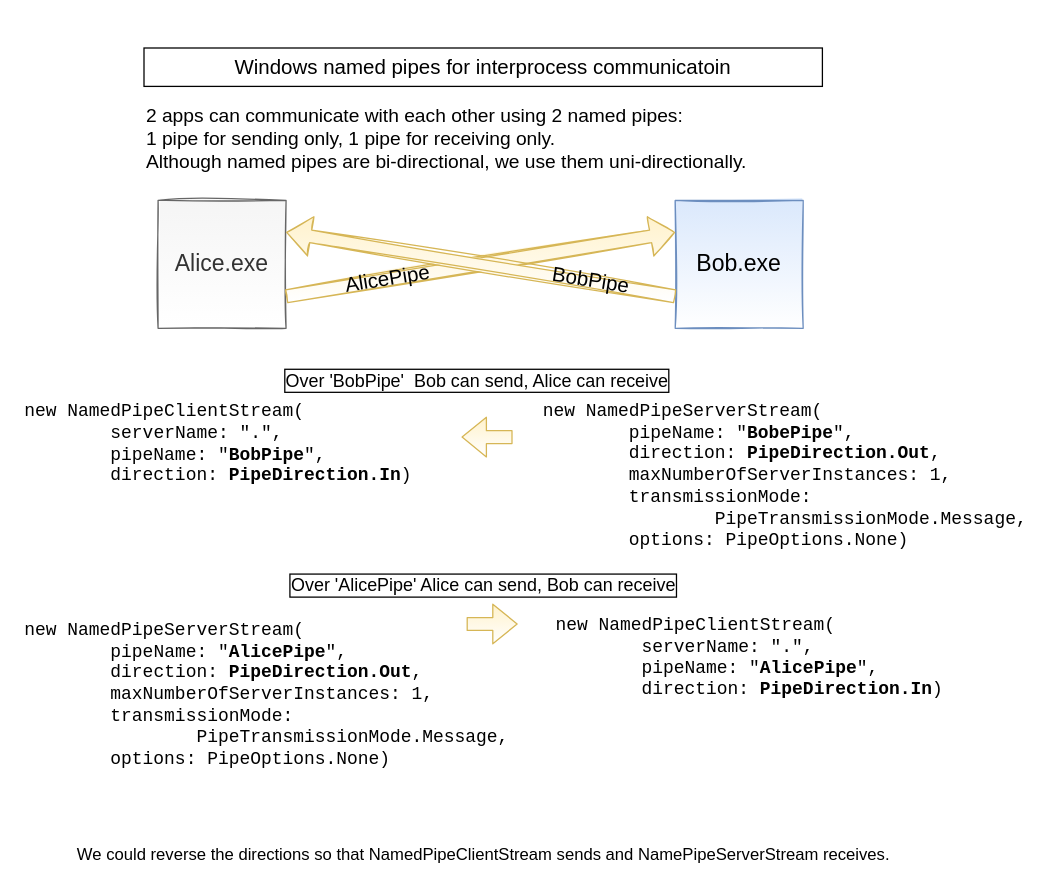
Above: docs/NamedPipes.drawio in nklkli/NamedPipes (draw.io), before the change. Source tidied: cells renumbered, new cells numbered last; positions are measured from the earlier drawing's top-left corner, leaving out a move shared by most shapes. Both pictures are drawn from the tidied source at 128%, with x=0, y=0 at pixel (22, 47).
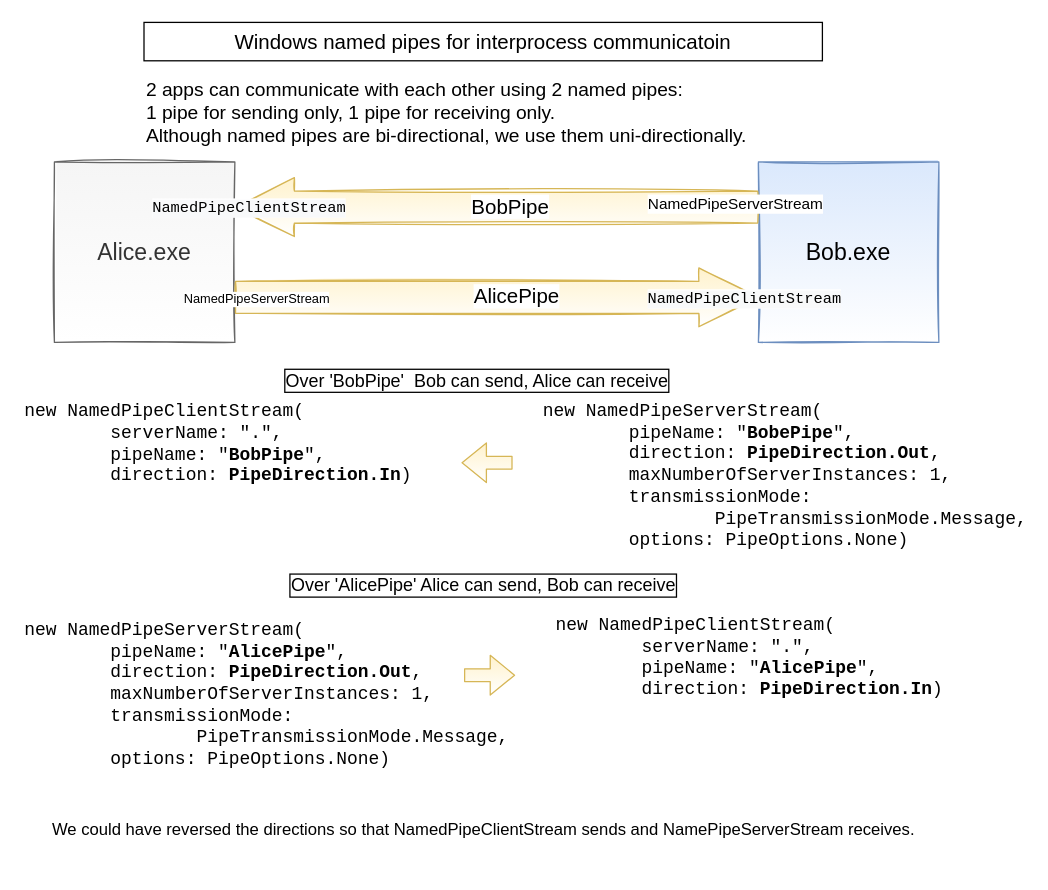
The same page after the edit.

Commit message (it also covers changes not shown here):
Diagram improved

The edit, as a diff of the source:
```diff
@@
     <mxCell id="2" value="Alice.exe" style="whiteSpace=wrap;html=1;fillColor=#f5f5f5;fontColor=#333333;strokeColor=#666666;gradientColor=#ffffff;fontSize=18;sketch=1;" parent="1" vertex="1">
-      <mxGeometry x="106" y="119" width="100" height="100" as="geometry" />
+      <mxGeometry x="25" y="89" width="141" height="141" as="geometry" />
     </mxCell>
     <mxCell id="3" value="Bob.exe" style="whiteSpace=wrap;html=1;fillColor=#dae8fc;strokeColor=#6c8ebf;gradientColor=#ffffff;shadow=0;fontSize=18;glass=0;rounded=0;sketch=1;" parent="1" vertex="1">
-      <mxGeometry x="510" y="119" width="100" height="100" as="geometry" />
+      <mxGeometry x="575" y="89" width="141" height="141" as="geometry" />
     </mxCell>
-    <mxCell id="4" style="shape=flexArrow;endArrow=classic;html=1;rounded=1;strokeColor=#d6b656;shadow=0;fillColor=#fff2cc;gradientColor=#ffffff;entryX=0;entryY=0.25;entryDx=0;entryDy=0;exitX=1;exitY=0.75;exitDx=0;exitDy=0;sketch=1;" parent="1" edge="1" source="2" target="3">
+    <mxCell id="4" style="shape=flexArrow;endArrow=classic;html=1;rounded=1;strokeColor=#d6b656;shadow=0;fillColor=#fff2cc;gradientColor=#ffffff;exitX=1;exitY=0.75;exitDx=0;exitDy=0;sketch=1;entryX=0;entryY=0.75;entryDx=0;entryDy=0;width=25;startSize=6;endSize=15;" parent="1" edge="1" source="2" target="3">
       <mxGeometry relative="1" as="geometry" />
     </mxCell>
-    <mxCell id="5" value="AlicePipe" style="edgeLabel;html=1;align=center;verticalAlign=middle;fontSize=16;rotation=351;labelBackgroundColor=none;" parent="4" vertex="1">
+    <mxCell id="5" value="AlicePipe" style="edgeLabel;html=1;align=center;verticalAlign=middle;fontSize=16;rotation=0;labelBackgroundColor=default;labelBorderColor=none;" parent="4" vertex="1">
       <mxGeometry x="0.61" y="1" relative="1" as="geometry">
-        <mxPoint x="-166" y="27" as="offset" />
+        <mxPoint x="-110" as="offset" />
       </mxGeometry>
     </mxCell>
+    <mxCell id="19" value="NamedPipeServerStream" style="edgeLabel;html=1;align=center;verticalAlign=middle;fontSize=10;" parent="4" vertex="1">
+      <mxGeometry x="-0.92" y="-1" relative="1" as="geometry" />
+    </mxCell>
+    <mxCell id="20" value="&lt;span style=&quot;font-family: consolas; font-size: 12px; text-align: left; background-color: rgb(248, 249, 250);&quot;&gt;NamedPipeClientStream&lt;/span&gt;" style="edgeLabel;html=1;align=center;verticalAlign=middle;fontSize=12;" parent="4" vertex="1">
+      <mxGeometry x="0.94" y="-1" relative="1" as="geometry" />
+    </mxCell>
-    <mxCell id="6" style="shape=flexArrow;endArrow=classic;html=1;rounded=1;strokeColor=#d6b656;shadow=0;fillColor=#fff2cc;exitX=0;exitY=0.75;exitDx=0;exitDy=0;entryX=1;entryY=0.25;entryDx=0;entryDy=0;endSize=6;startSize=6;gradientColor=#ffffff;sketch=1;" parent="1" edge="1" source="3" target="2">
+    <mxCell id="6" style="shape=flexArrow;endArrow=classic;html=1;rounded=1;strokeColor=#d6b656;shadow=0;fillColor=#fff2cc;exitX=0;exitY=0.25;exitDx=0;exitDy=0;entryX=1;entryY=0.25;entryDx=0;entryDy=0;endSize=15;startSize=6;gradientColor=#ffffff;sketch=1;strokeWidth=1;width=25;" parent="1" edge="1" source="3" target="2">
       <mxGeometry relative="1" as="geometry" />
     </mxCell>
-    <mxCell id="7" value="BobPipe" style="edgeLabel;align=center;verticalAlign=middle;fontSize=16;html=1;horizontal=1;rotation=9;labelBackgroundColor=none;" parent="6" vertex="1">
+    <mxCell id="7" value="BobPipe" style="edgeLabel;align=center;verticalAlign=middle;fontSize=16;html=1;horizontal=1;rotation=0;labelBackgroundColor=default;" parent="6" vertex="1">
       <mxGeometry x="-0.25" y="-2" relative="1" as="geometry">
-        <mxPoint x="48" y="7" as="offset" />
+        <mxPoint x="-42" y="1" as="offset" />
       </mxGeometry>
     </mxCell>
+    <mxCell id="21" value="NamedPipeServerStream" style="edgeLabel;html=1;align=center;verticalAlign=middle;labelBorderColor=none;labelBackgroundColor=default;fontSize=12;" parent="6" vertex="1">
+      <mxGeometry x="-0.94" y="2" relative="1" as="geometry">
+        <mxPoint x="-7" y="-5" as="offset" />
+      </mxGeometry>
+    </mxCell>
+    <mxCell id="22" value="&lt;span style=&quot;font-family: consolas; font-size: 12px; text-align: left; background-color: rgb(248, 249, 250);&quot;&gt;NamedPipeClientStream&lt;/span&gt;" style="edgeLabel;html=1;align=center;verticalAlign=middle;fontSize=12;" parent="6" vertex="1">
+      <mxGeometry x="0.95" relative="1" as="geometry" />
+    </mxCell>
@@
     <mxCell id="10" style="shape=flexArrow;endArrow=classic;html=1;rounded=1;strokeColor=#d6b656;shadow=0;fillColor=#fff2cc;exitX=1;exitY=0.25;exitDx=0;exitDy=0;endSize=6;startSize=6;gradientColor=#ffffff;" parent="1" edge="1">
       <mxGeometry relative="1" as="geometry">
-        <mxPoint x="383" y="304" as="sourcePoint" />
-        <mxPoint x="343" y="304" as="targetPoint" />
+        <mxPoint x="383" y="324" as="sourcePoint" />
+        <mxPoint x="343" y="324" as="targetPoint" />
       </mxGeometry>
     </mxCell>
@@
     <mxCell id="12" style="shape=flexArrow;endArrow=classic;html=1;rounded=1;strokeColor=#d6b656;shadow=0;fillColor=#fff2cc;exitX=1;exitY=0.25;exitDx=0;exitDy=0;endSize=6;startSize=6;gradientColor=#ffffff;" parent="1" edge="1">
       <mxGeometry relative="1" as="geometry">
-        <mxPoint x="347" y="450" as="sourcePoint" />
-        <mxPoint x="387" y="450" as="targetPoint" />
+        <mxPoint x="345" y="490" as="sourcePoint" />
+        <mxPoint x="385" y="490" as="targetPoint" />
       </mxGeometry>
     </mxCell>
@@
     <mxCell id="14" value="2 apps can communicate with each other using 2 named pipes: &lt;br style=&quot;font-size: 15px;&quot;&gt;1 pipe for sending only, 1 pipe for receiving only.&lt;br style=&quot;font-size: 15px;&quot;&gt;Although named pipes are bi-directional, we use them uni-directionally." style="text;html=1;align=left;verticalAlign=middle;strokeColor=none;fillColor=none;fontSize=15;" parent="1" vertex="1">
-      <mxGeometry x="95" y="40" width="480" height="60" as="geometry" />
+      <mxGeometry x="95" y="20" width="480" height="60" as="geometry" />
     </mxCell>
@@
     <mxCell id="17" value="&lt;span style=&quot;font-size: 16px&quot;&gt;Windows named pipes&amp;nbsp;&lt;/span&gt;&lt;span style=&quot;font-size: 16px&quot;&gt;for&amp;nbsp;&lt;/span&gt;&lt;span style=&quot;font-size: 16px&quot;&gt;interprocess communicatoin&lt;/span&gt;" style="rounded=0;whiteSpace=wrap;html=1;fontSize=16;" parent="1" vertex="1">
-      <mxGeometry x="95" width="530" height="30" as="geometry" />
+      <mxGeometry x="95" y="-20" width="530" height="30" as="geometry" />
     </mxCell>
-    <mxCell id="18" value="We could reverse the directions so that NamedPipeClientStream sends and NamePipeServerStream receives." style="text;html=1;align=center;verticalAlign=middle;strokeColor=none;fillColor=none;fontSize=13;" parent="1" vertex="1">
-      <mxGeometry x="35" y="620" width="650" height="20" as="geometry" />
+    <mxCell id="18" value="We could have reversed the directions so that NamedPipeClientStream sends and NamePipeServerStream receives." style="text;html=1;align=center;verticalAlign=middle;strokeColor=none;fillColor=none;fontSize=13;" parent="1" vertex="1">
+      <mxGeometry x="15" y="600" width="690" height="20" as="geometry" />
     </mxCell>
```
